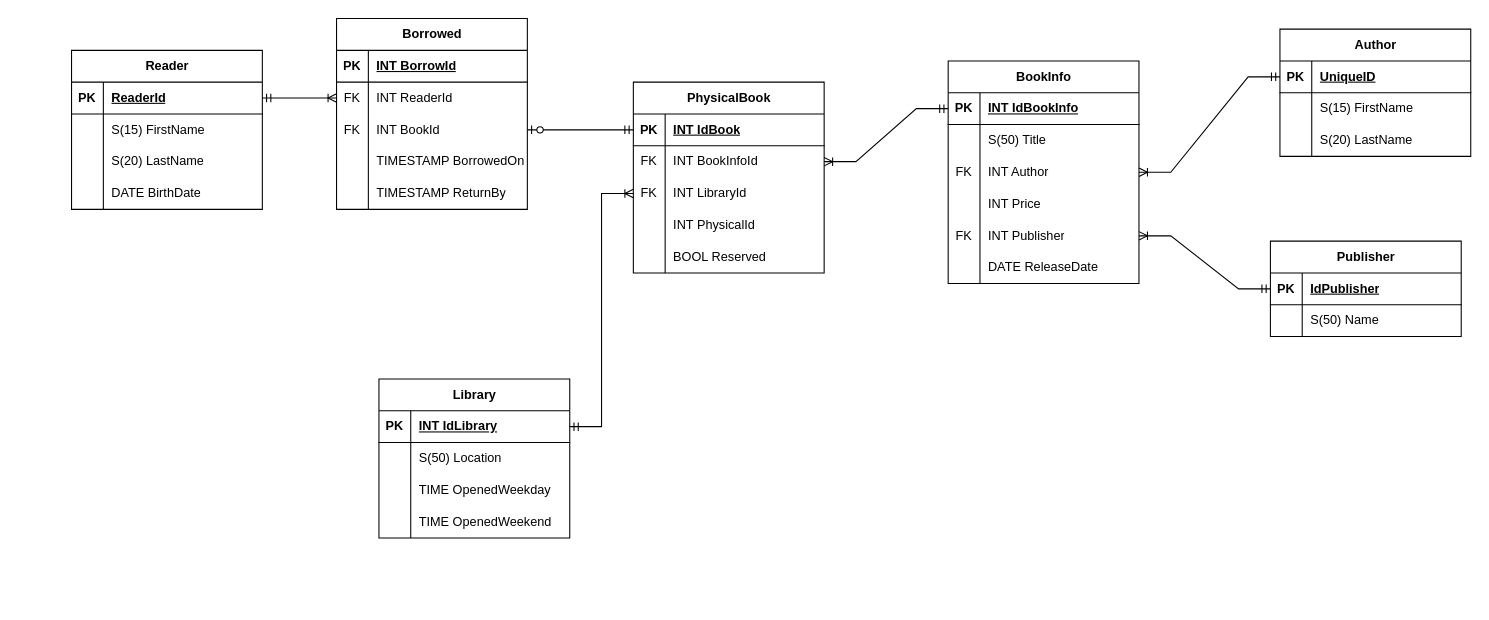
Above: design.drawio in matejpopda/SQL-project (draw.io), before the change. Source tidied: cells renumbered, new cells numbered last; positions are measured from the earlier drawing's top-left corner, leaving out a move shared by most shapes. Both pictures are drawn from the tidied source at 106%, with x=0, y=0 at pixel (71, 18).
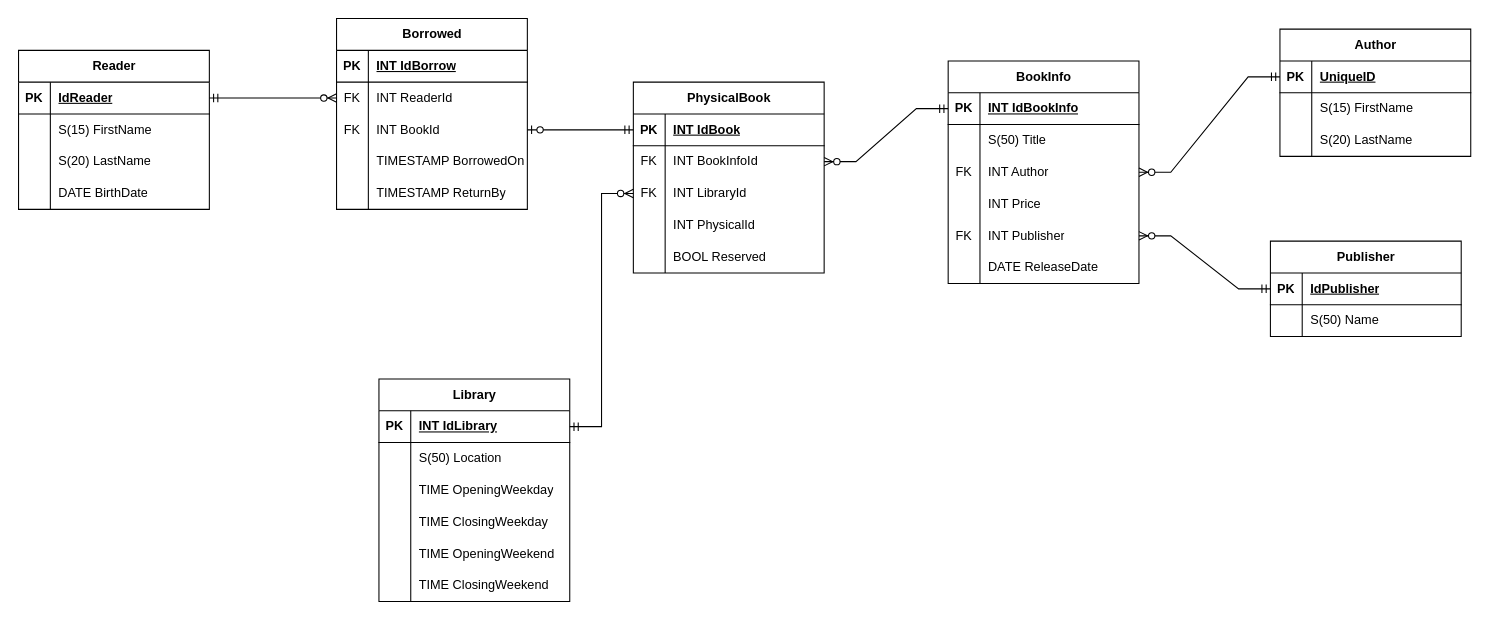
After the change.

Unchanged cells that the change refers to:
```xml
<mxCell id="3" style="shape=tableRow;horizontal=0;startSize=0;swimlaneHead=0;swimlaneBody=0;fillColor=none;points=[[0,0.5],[1,0.5]];portConstraint=eastwest;top=0;left=0;right=0;bottom=1;" parent="2" vertex="1">
  <mxGeometry y="30" width="180" height="30" as="geometry" />
</mxCell>
<mxCell id="9" style="shape=tableRow;horizontal=0;startSize=0;swimlaneHead=0;swimlaneBody=0;fillColor=none;points=[[0,0.5],[1,0.5]];portConstraint=eastwest;top=0;left=0;right=0;bottom=0;" parent="2" vertex="1">
  <mxGeometry y="90" width="180" height="30" as="geometry" />
</mxCell>
<mxCell id="15" style="shape=tableRow;horizontal=0;startSize=0;swimlaneHead=0;swimlaneBody=0;fillColor=none;points=[[0,0.5],[1,0.5]];portConstraint=eastwest;top=0;left=0;right=0;bottom=0;" parent="2" vertex="1">
  <mxGeometry y="150" width="180" height="30" as="geometry" />
</mxCell>
<mxCell id="22" style="shape=tableRow;horizontal=0;startSize=0;swimlaneHead=0;swimlaneBody=0;fillColor=none;points=[[0,0.5],[1,0.5]];portConstraint=eastwest;top=0;left=0;right=0;bottom=1;" parent="21" vertex="1">
  <mxGeometry y="30" width="180" height="30" as="geometry" />
</mxCell>
<mxCell id="29" style="shape=tableRow;horizontal=0;startSize=0;swimlaneHead=0;swimlaneBody=0;fillColor=none;points=[[0,0.5],[1,0.5]];portConstraint=eastwest;top=0;left=0;right=0;bottom=1;" parent="28" vertex="1">
  <mxGeometry y="30" width="180" height="30" as="geometry" />
</mxCell>
<mxCell id="39" style="shape=tableRow;horizontal=0;startSize=0;swimlaneHead=0;swimlaneBody=0;fillColor=none;points=[[0,0.5],[1,0.5]];portConstraint=eastwest;top=0;left=0;right=0;bottom=1;" parent="38" vertex="1">
  <mxGeometry y="30" width="180" height="30" as="geometry" />
</mxCell>
<mxCell id="45" style="shape=tableRow;horizontal=0;startSize=0;swimlaneHead=0;swimlaneBody=0;fillColor=none;top=0;left=0;right=0;bottom=0;" parent="38" vertex="1">
  <mxGeometry y="90" width="180" height="30" as="geometry" />
</mxCell>
<mxCell id="52" style="shape=tableRow;horizontal=0;startSize=0;swimlaneHead=0;swimlaneBody=0;fillColor=none;points=[[0,0.5],[1,0.5]];portConstraint=eastwest;top=0;left=0;right=0;bottom=1;" parent="51" vertex="1">
  <mxGeometry y="30" width="180" height="30" as="geometry" />
</mxCell>
<mxCell id="55" style="shape=tableRow;horizontal=0;startSize=0;swimlaneHead=0;swimlaneBody=0;fillColor=none;points=[[0,0.5],[1,0.5]];portConstraint=eastwest;top=0;left=0;right=0;bottom=0;" parent="51" vertex="1">
  <mxGeometry y="60" width="180" height="30" as="geometry" />
</mxCell>
<mxCell id="58" style="shape=tableRow;horizontal=0;startSize=0;swimlaneHead=0;swimlaneBody=0;fillColor=none;points=[[0,0.5],[1,0.5]];portConstraint=eastwest;top=0;left=0;right=0;bottom=0;" parent="51" vertex="1">
  <mxGeometry y="90" width="180" height="30" as="geometry" />
</mxCell>
<mxCell id="72" style="shape=tableRow;horizontal=0;startSize=0;swimlaneHead=0;swimlaneBody=0;fillColor=none;top=0;left=0;right=0;bottom=1;" parent="71" vertex="1">
  <mxGeometry y="30" width="180" height="30" as="geometry" />
</mxCell>
<mxCell id="75" style="shape=tableRow;horizontal=0;startSize=0;swimlaneHead=0;swimlaneBody=0;fillColor=none;points=[[0,0.5],[1,0.5]];portConstraint=eastwest;top=0;left=0;right=0;bottom=0;" parent="71" vertex="1">
  <mxGeometry y="60" width="180" height="30" as="geometry" />
</mxCell>
<mxCell id="78" style="shape=tableRow;horizontal=0;startSize=0;swimlaneHead=0;swimlaneBody=0;fillColor=none;points=[[0,0.5],[1,0.5]];portConstraint=eastwest;top=0;left=0;right=0;bottom=0;" parent="71" vertex="1">
  <mxGeometry y="90" width="180" height="30" as="geometry" />
</mxCell>
<mxCell id="88" style="shape=tableRow;horizontal=0;startSize=0;swimlaneHead=0;swimlaneBody=0;fillColor=none;points=[[0,0.5],[1,0.5]];portConstraint=eastwest;top=0;left=0;right=0;bottom=1;" parent="87" vertex="1">
  <mxGeometry y="30" width="180" height="30" as="geometry" />
</mxCell>
```

Diff of the diagram source:
```diff
@@
     <mxCell id="38" value="Library" style="shape=table;startSize=30;childLayout=tableLayout;rowLines=0;fontStyle=1;align=center;html=1;" parent="1" vertex="1">
-      <mxGeometry x="290" y="340" width="180" height="150" as="geometry" />
+      <mxGeometry x="290" y="340" width="180" height="210" as="geometry" />
     </mxCell>
@@
-    <mxCell id="47" value="TIME OpenedWeekday" style="shape=partialRectangle;fillColor=none;top=0;left=0;bottom=0;right=0;align=left;spacingLeft=6;overflow=hidden;whiteSpace=wrap;html=1;" parent="45" vertex="1">
+    <mxCell id="47" value="TIME OpeningWeekday" style="shape=partialRectangle;fillColor=none;top=0;left=0;bottom=0;right=0;align=left;spacingLeft=6;overflow=hidden;whiteSpace=wrap;html=1;" parent="45" vertex="1">
       <mxGeometry x="30" width="150" height="30" as="geometry" />
     </mxCell>
+    <mxCell id="102" style="shape=tableRow;horizontal=0;startSize=0;swimlaneHead=0;swimlaneBody=0;fillColor=none;top=0;left=0;right=0;bottom=0;" parent="38" vertex="1">
+      <mxGeometry y="120" width="180" height="30" as="geometry" />
+    </mxCell>
+    <mxCell id="103" style="shape=partialRectangle;fillColor=none;top=0;left=0;bottom=0;right=0;overflow=hidden;whiteSpace=wrap;html=1;" parent="102" vertex="1">
+      <mxGeometry width="30" height="30" as="geometry" />
+    </mxCell>
+    <mxCell id="104" value="TIME ClosingWeekday" style="shape=partialRectangle;fillColor=none;top=0;left=0;bottom=0;right=0;align=left;spacingLeft=6;overflow=hidden;whiteSpace=wrap;html=1;" parent="102" vertex="1">
+      <mxGeometry x="30" width="150" height="30" as="geometry" />
+    </mxCell>
     <mxCell id="48" style="shape=tableRow;horizontal=0;startSize=0;swimlaneHead=0;swimlaneBody=0;fillColor=none;top=0;left=0;right=0;bottom=0;" parent="38" vertex="1">
-      <mxGeometry y="120" width="180" height="30" as="geometry" />
+      <mxGeometry y="150" width="180" height="30" as="geometry" />
     </mxCell>
@@
-    <mxCell id="50" value="TIME OpenedWeekend " style="shape=partialRectangle;fillColor=none;top=0;left=0;bottom=0;right=0;align=left;spacingLeft=6;overflow=hidden;whiteSpace=wrap;html=1;" parent="48" vertex="1">
+    <mxCell id="50" value="TIME&amp;nbsp;OpeningWeekend " style="shape=partialRectangle;fillColor=none;top=0;left=0;bottom=0;right=0;align=left;spacingLeft=6;overflow=hidden;whiteSpace=wrap;html=1;" parent="48" vertex="1">
       <mxGeometry x="30" width="150" height="30" as="geometry" />
     </mxCell>
+    <mxCell id="105" style="shape=tableRow;horizontal=0;startSize=0;swimlaneHead=0;swimlaneBody=0;fillColor=none;top=0;left=0;right=0;bottom=0;" parent="38" vertex="1">
+      <mxGeometry y="180" width="180" height="30" as="geometry" />
+    </mxCell>
+    <mxCell id="106" style="shape=partialRectangle;fillColor=none;top=0;left=0;bottom=0;right=0;overflow=hidden;whiteSpace=wrap;html=1;" parent="105" vertex="1">
+      <mxGeometry width="30" height="30" as="geometry" />
+    </mxCell>
+    <mxCell id="107" value="TIME ClosingWeekend " style="shape=partialRectangle;fillColor=none;top=0;left=0;bottom=0;right=0;align=left;spacingLeft=6;overflow=hidden;whiteSpace=wrap;html=1;" parent="105" vertex="1">
+      <mxGeometry x="30" width="150" height="30" as="geometry" />
+    </mxCell>
@@
-    <mxCell id="67" style="edgeStyle=entityRelationEdgeStyle;fontSize=12;html=1;endArrow=ERoneToMany;startArrow=ERmandOne;rounded=0;" parent="1" edge="1" source="39" target="58">
-      <mxGeometry relative="1" as="geometry" />
-    </mxCell>
-    <mxCell id="68" style="edgeStyle=entityRelationEdgeStyle;fontSize=12;html=1;endArrow=ERoneToMany;startArrow=ERmandOne;rounded=0;" parent="1" edge="1" source="3" target="55">
-      <mxGeometry relative="1" as="geometry" />
-    </mxCell>
-    <mxCell id="69" style="edgeStyle=entityRelationEdgeStyle;fontSize=12;html=1;endArrow=ERoneToMany;startArrow=ERmandOne;rounded=0;" parent="1" edge="1" source="29" target="9">
-      <mxGeometry relative="1" as="geometry" />
-    </mxCell>
-    <mxCell id="70" style="edgeStyle=entityRelationEdgeStyle;fontSize=12;html=1;endArrow=ERoneToMany;startArrow=ERmandOne;rounded=0;" parent="1" edge="1" source="22" target="15">
-      <mxGeometry relative="1" as="geometry" />
-    </mxCell>
@@
-    <mxCell id="74" value="INT BorrowId" style="shape=partialRectangle;fillColor=none;top=0;left=0;bottom=0;right=0;align=left;spacingLeft=6;fontStyle=5;overflow=hidden;whiteSpace=wrap;html=1;" parent="72" vertex="1">
+    <mxCell id="74" value="INT IdBorrow" style="shape=partialRectangle;fillColor=none;top=0;left=0;bottom=0;right=0;align=left;spacingLeft=6;fontStyle=5;overflow=hidden;whiteSpace=wrap;html=1;" parent="72" vertex="1">
       <mxGeometry x="30" width="150" height="30" as="geometry" />
     </mxCell>
@@
     <mxCell id="87" value="Reader" style="shape=table;startSize=30;childLayout=tableLayout;rowLines=0;fontStyle=1;align=center;html=1;" parent="1" vertex="1">
-      <mxGeometry y="30" width="180" height="150" as="geometry" />
+      <mxGeometry x="-50" y="30" width="180" height="150" as="geometry" />
     </mxCell>
@@
-    <mxCell id="90" value="ReaderId" style="shape=partialRectangle;fillColor=none;top=0;left=0;bottom=0;right=0;align=left;spacingLeft=6;fontStyle=5;overflow=hidden;whiteSpace=wrap;html=1;" parent="88" vertex="1">
+    <mxCell id="90" value="IdReader" style="shape=partialRectangle;fillColor=none;top=0;left=0;bottom=0;right=0;align=left;spacingLeft=6;fontStyle=5;overflow=hidden;whiteSpace=wrap;html=1;" parent="88" vertex="1">
       <mxGeometry x="30" width="150" height="30" as="geometry" />
     </mxCell>
@@
+    <mxCell id="101" style="edgeStyle=entityRelationEdgeStyle;fontSize=12;html=1;endArrow=ERzeroToOne;startArrow=ERmandOne;rounded=0;" parent="1" edge="1" source="52" target="78">
+      <mxGeometry relative="1" as="geometry" />
+    </mxCell>
-    <mxCell id="100" style="edgeStyle=entityRelationEdgeStyle;fontSize=12;html=1;endArrow=ERoneToMany;startArrow=ERmandOne;rounded=0;" parent="1" edge="1" source="88" target="75">
-      <mxGeometry relative="1" as="geometry" />
+    <mxCell id="100" style="edgeStyle=entityRelationEdgeStyle;fontSize=12;html=1;endArrow=ERzeroToMany;startArrow=ERmandOne;rounded=0;" parent="1" edge="1" source="88" target="75">
+      <mxGeometry relative="1" as="geometry">
+        <Array as="points">
+          <mxPoint x="90" y="355" />
+        </Array>
+      </mxGeometry>
     </mxCell>
-    <mxCell id="101" style="edgeStyle=entityRelationEdgeStyle;fontSize=12;html=1;endArrow=ERzeroToOne;startArrow=ERmandOne;rounded=0;" parent="1" edge="1" source="52" target="78">
-      <mxGeometry relative="1" as="geometry" />
-    </mxCell>
+    <mxCell id="68" style="edgeStyle=entityRelationEdgeStyle;fontSize=12;html=1;endArrow=ERzeroToMany;startArrow=ERmandOne;rounded=0;" parent="1" edge="1" source="3" target="55">
+      <mxGeometry relative="1" as="geometry">
+        <Array as="points">
+          <mxPoint x="670" y="630" />
+        </Array>
+      </mxGeometry>
+    </mxCell>
+    <mxCell id="67" style="edgeStyle=entityRelationEdgeStyle;fontSize=12;html=1;endArrow=ERzeroToMany;startArrow=ERmandOne;rounded=0;" parent="1" edge="1" source="39" target="58">
+      <mxGeometry relative="1" as="geometry">
+        <Array as="points">
+          <mxPoint x="620" y="915" />
+        </Array>
+      </mxGeometry>
+    </mxCell>
+    <mxCell id="70" style="edgeStyle=entityRelationEdgeStyle;fontSize=12;html=1;endArrow=ERzeroToMany;startArrow=ERmandOne;rounded=0;" parent="1" edge="1" source="22" target="15">
+      <mxGeometry relative="1" as="geometry">
+        <Array as="points">
+          <mxPoint x="870" y="1000" />
+        </Array>
+      </mxGeometry>
+    </mxCell>
+    <mxCell id="69" style="edgeStyle=entityRelationEdgeStyle;fontSize=12;html=1;endArrow=ERzeroToMany;startArrow=ERmandOne;rounded=0;" parent="1" edge="1" source="29" target="9">
+      <mxGeometry relative="1" as="geometry">
+        <Array as="points">
+          <mxPoint x="1150" y="1070" />
+        </Array>
+      </mxGeometry>
+    </mxCell>
```
